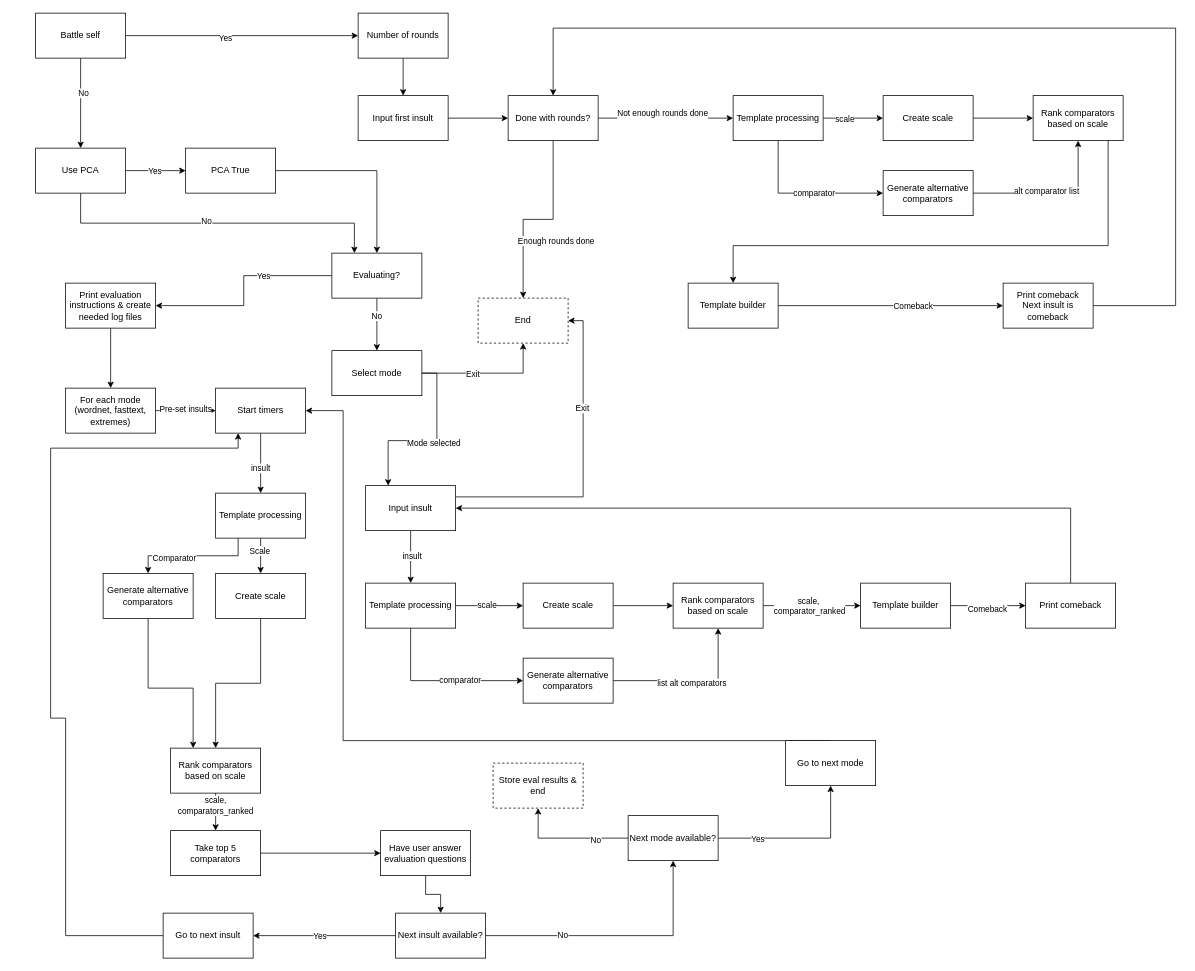
Before: Mid-levelDiagram.drawio in KionaB/insultingAPNLP, a draw.io diagram. Source tidied: cells renumbered, new cells numbered last; positions are measured from the earlier drawing's top-left corner, leaving out a move shared by most shapes. Both pictures are drawn from the tidied source at 75%, with x=0, y=0 at pixel (35, 13).
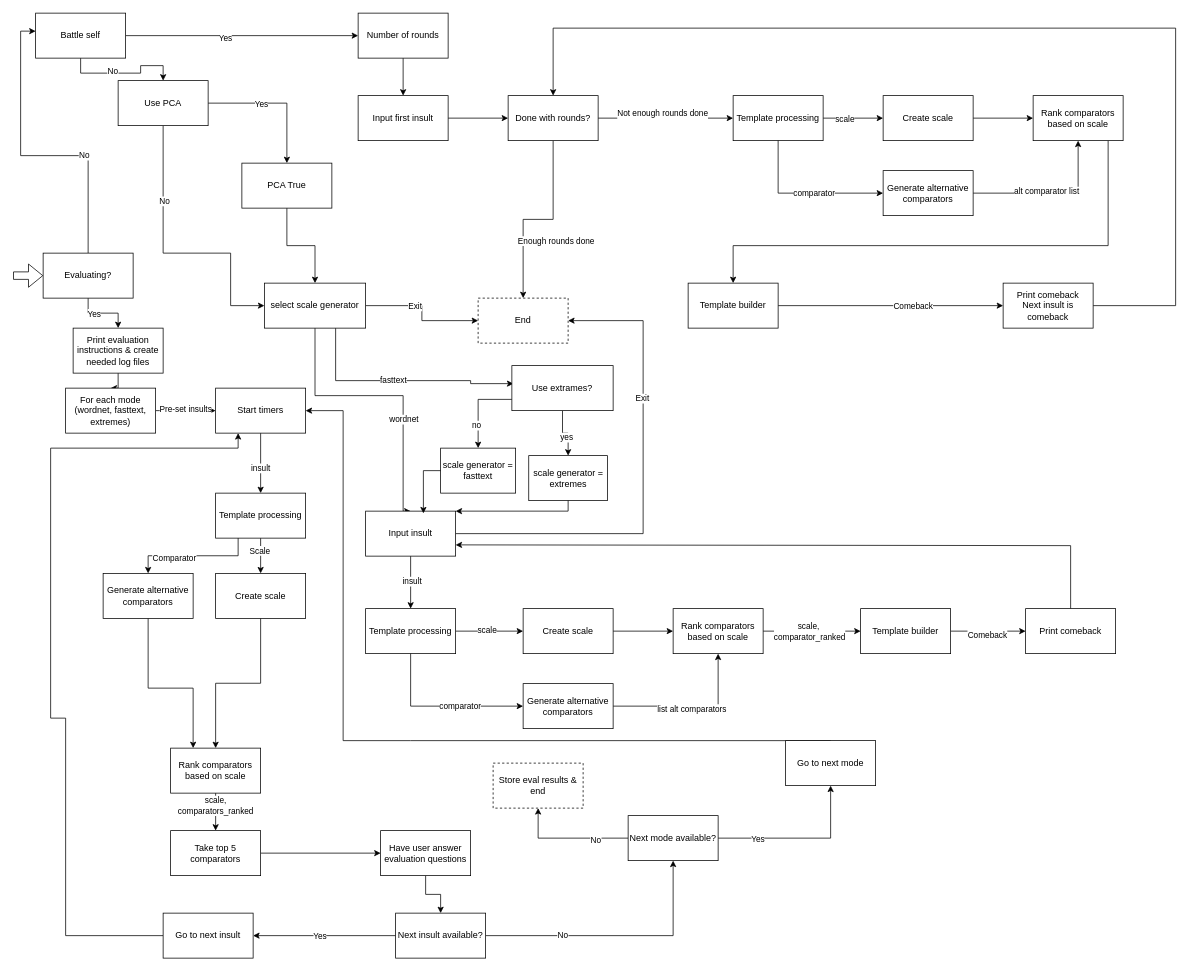
Above is the later version.

Unchanged cells that the change refers to:
```xml
<mxCell id="6" value="Battle self" style="rounded=0;whiteSpace=wrap;html=1;" parent="1" vertex="1">
  <mxGeometry width="120" height="60" as="geometry" />
</mxCell>
<mxCell id="7" style="edgeStyle=orthogonalEdgeStyle;rounded=0;jettySize=auto;html=1;" parent="1" edge="1" source="11" target="15">
  <mxGeometry relative="1" as="geometry" />
</mxCell>
<mxCell id="33" value="End" style="rounded=0;whiteSpace=wrap;html=1;dashed=1;" parent="1" vertex="1">
  <mxGeometry x="590" y="380" width="120" height="60" as="geometry" />
</mxCell>
```

What changed in the source:
```diff
@@
     <mxCell id="8" value="Yes" style="edgeLabel;html=1;align=center;verticalAlign=middle;" parent="7" vertex="1">
-      <mxGeometry x="-0.05" relative="1" as="geometry" />
+      <mxGeometry x="-0.05" relative="1" as="geometry">
+        <mxPoint x="-18" as="offset" />
+      </mxGeometry>
     </mxCell>
-    <mxCell id="9" style="edgeStyle=orthogonalEdgeStyle;rounded=0;jettySize=auto;html=1;entryX=0.25;entryY=0;entryDx=0;entryDy=0;" parent="1" edge="1" source="11" target="20">
+    <mxCell id="9" style="edgeStyle=orthogonalEdgeStyle;rounded=0;jettySize=auto;html=1;entryX=0;entryY=0.5;entryDx=0;entryDy=0;" parent="1" edge="1" source="11" target="27">
       <mxGeometry relative="1" as="geometry">
         <Array as="points">
-          <mxPoint x="60" y="280" />
-          <mxPoint x="425" y="280" />
+          <mxPoint x="170" y="320" />
+          <mxPoint x="260" y="320" />
+          <mxPoint x="260" y="390" />
         </Array>
       </mxGeometry>
     </mxCell>
     <mxCell id="10" value="No" style="edgeLabel;html=1;align=center;verticalAlign=middle;" parent="9" vertex="1">
-      <mxGeometry x="-0.07" y="4" relative="1" as="geometry" />
+      <mxGeometry x="-0.07" y="4" relative="1" as="geometry">
+        <mxPoint x="-3" y="-66" as="offset" />
+      </mxGeometry>
     </mxCell>
     <mxCell id="11" value="Use PCA" style="rounded=0;whiteSpace=wrap;html=1;" parent="1" vertex="1">
-      <mxGeometry y="180" width="120" height="60" as="geometry" />
+      <mxGeometry x="110" y="90" width="120" height="60" as="geometry" />
     </mxCell>
@@
-    <mxCell id="14" style="edgeStyle=orthogonalEdgeStyle;rounded=0;jettySize=auto;html=1;" parent="1" edge="1" source="15" target="20">
+    <mxCell id="14" style="edgeStyle=orthogonalEdgeStyle;rounded=0;jettySize=auto;html=1;entryX=0.5;entryY=0;entryDx=0;entryDy=0;" parent="1" edge="1" source="15" target="27">
       <mxGeometry relative="1" as="geometry" />
     </mxCell>
     <mxCell id="15" value="PCA True" style="rounded=0;whiteSpace=wrap;html=1;" parent="1" vertex="1">
-      <mxGeometry x="200" y="180" width="120" height="60" as="geometry" />
+      <mxGeometry x="275" y="200" width="120" height="60" as="geometry" />
     </mxCell>
@@
-    <mxCell id="18" style="edgeStyle=orthogonalEdgeStyle;rounded=0;jettySize=auto;html=1;" parent="1" edge="1" source="20" target="27">
+    <mxCell id="18" style="edgeStyle=orthogonalEdgeStyle;rounded=0;jettySize=auto;html=1;entryX=0;entryY=0.4;entryDx=0;entryDy=0;entryPerimeter=0;" parent="1" edge="1" source="20" target="6">
       <mxGeometry relative="1" as="geometry" />
     </mxCell>
@@
     <mxCell id="20" value="Evaluating?" style="rounded=0;whiteSpace=wrap;html=1;" parent="1" vertex="1">
-      <mxGeometry x="395" y="320" width="120" height="60" as="geometry" />
+      <mxGeometry x="10" y="320" width="120" height="60" as="geometry" />
     </mxCell>
@@
     <mxCell id="22" value="Print evaluation instructions &amp;amp; create needed log files" style="rounded=0;whiteSpace=wrap;html=1;" parent="1" vertex="1">
-      <mxGeometry x="40" y="360" width="120" height="60" as="geometry" />
+      <mxGeometry x="50" y="420" width="120" height="60" as="geometry" />
     </mxCell>
@@
+    <mxCell id="113" style="edgeStyle=orthogonalEdgeStyle;rounded=0;jettySize=auto;html=1;entryX=0.015;entryY=0.4;entryDx=0;entryDy=0;entryPerimeter=0;" parent="1" edge="1" source="27" target="120">
+      <mxGeometry relative="1" as="geometry">
+        <Array as="points">
+          <mxPoint x="400" y="490" />
+          <mxPoint x="580" y="490" />
+          <mxPoint x="580" y="494" />
+        </Array>
+      </mxGeometry>
+    </mxCell>
+    <mxCell id="114" value="fasttext" style="edgeLabel;html=1;align=center;verticalAlign=middle;" parent="113" vertex="1">
+      <mxGeometry x="-0.06" y="2" relative="1" as="geometry" />
+    </mxCell>
-    <mxCell id="25" style="edgeStyle=orthogonalEdgeStyle;rounded=0;jettySize=auto;html=1;exitX=1;exitY=0.5;exitDx=0;exitDy=0;entryX=0.25;entryY=0;entryDx=0;entryDy=0;" parent="1" edge="1" source="27" target="32">
-      <mxGeometry relative="1" as="geometry" />
+    <mxCell id="25" style="edgeStyle=orthogonalEdgeStyle;rounded=0;jettySize=auto;html=1;exitX=0.5;exitY=1;exitDx=0;exitDy=0;entryX=0.5;entryY=0;entryDx=0;entryDy=0;" parent="1" edge="1" source="27" target="32">
+      <mxGeometry relative="1" as="geometry">
+        <Array as="points">
+          <mxPoint x="373" y="510" />
+          <mxPoint x="490" y="510" />
+          <mxPoint x="490" y="664" />
+        </Array>
+      </mxGeometry>
     </mxCell>
-    <mxCell id="26" value="Mode selected" style="edgeLabel;html=1;align=center;verticalAlign=middle;" parent="25" vertex="1">
-      <mxGeometry x="-0.02" y="3" relative="1" as="geometry" />
-    </mxCell>
+    <mxCell id="115" value="wordnet" style="edgeLabel;html=1;align=center;verticalAlign=middle;" parent="25" vertex="1">
+      <mxGeometry x="0.17" y="4" relative="1" as="geometry">
+        <mxPoint x="-4" y="22" as="offset" />
+      </mxGeometry>
+    </mxCell>
-    <mxCell id="27" value="Select mode" style="rounded=0;whiteSpace=wrap;html=1;" parent="1" vertex="1">
-      <mxGeometry x="395" y="450" width="120" height="60" as="geometry" />
+    <mxCell id="27" value="select scale generator" style="rounded=0;whiteSpace=wrap;html=1;" parent="1" vertex="1">
+      <mxGeometry x="305" y="360" width="135" height="60" as="geometry" />
     </mxCell>
-    <mxCell id="28" style="edgeStyle=orthogonalEdgeStyle;rounded=0;jettySize=auto;html=1;exitX=1;exitY=0.25;exitDx=0;exitDy=0;entryX=1;entryY=0.5;entryDx=0;entryDy=0;" parent="1" edge="1" source="32" target="33">
-      <mxGeometry relative="1" as="geometry" />
+    <mxCell id="28" style="edgeStyle=orthogonalEdgeStyle;rounded=0;jettySize=auto;html=1;exitX=1;exitY=0.5;exitDx=0;exitDy=0;entryX=1;entryY=0.5;entryDx=0;entryDy=0;" parent="1" edge="1" source="32" target="33">
+      <mxGeometry relative="1" as="geometry">
+        <Array as="points">
+          <mxPoint x="810" y="694" />
+          <mxPoint x="810" y="410" />
+        </Array>
+      </mxGeometry>
     </mxCell>
@@
     <mxCell id="32" value="Input insult" style="rounded=0;whiteSpace=wrap;html=1;" parent="1" vertex="1">
-      <mxGeometry x="440" y="630" width="120" height="60" as="geometry" />
+      <mxGeometry x="440" y="664" width="120" height="60" as="geometry" />
     </mxCell>
@@
-    <mxCell id="45" style="edgeStyle=orthogonalEdgeStyle;rounded=0;jettySize=auto;html=1;exitX=0.5;exitY=0;exitDx=0;exitDy=0;entryX=1;entryY=0.5;entryDx=0;entryDy=0;" parent="1" edge="1" source="46" target="32">
-      <mxGeometry relative="1" as="geometry" />
+    <mxCell id="45" style="edgeStyle=orthogonalEdgeStyle;rounded=0;jettySize=auto;html=1;exitX=0.5;exitY=0;exitDx=0;exitDy=0;entryX=1;entryY=0.75;entryDx=0;entryDy=0;" parent="1" edge="1" source="46" target="32">
+      <mxGeometry relative="1" as="geometry">
+        <Array as="points">
+          <mxPoint x="1380" y="710" />
+        </Array>
+      </mxGeometry>
     </mxCell>
     <mxCell id="46" value="Print comeback" style="rounded=0;whiteSpace=wrap;html=1;" parent="1" vertex="1">
-      <mxGeometry x="1320" y="760" width="120" height="60" as="geometry" />
+      <mxGeometry x="1320" y="794" width="120" height="60" as="geometry" />
     </mxCell>
@@
     <mxCell id="86" value="Template processing" style="rounded=0;whiteSpace=wrap;html=1;" parent="1" vertex="1">
-      <mxGeometry x="440" y="760" width="120" height="60" as="geometry" />
+      <mxGeometry x="440" y="794" width="120" height="60" as="geometry" />
     </mxCell>
@@
     <mxCell id="90" value="Create scale" style="rounded=0;whiteSpace=wrap;html=1;" parent="1" vertex="1">
-      <mxGeometry x="650" y="760" width="120" height="60" as="geometry" />
+      <mxGeometry x="650" y="794" width="120" height="60" as="geometry" />
     </mxCell>
@@
     <mxCell id="93" value="Generate alternative comparators" style="rounded=0;whiteSpace=wrap;html=1;" parent="1" vertex="1">
-      <mxGeometry x="650" y="860" width="120" height="60" as="geometry" />
+      <mxGeometry x="650" y="894" width="120" height="60" as="geometry" />
     </mxCell>
     <mxCell id="94" style="edgeStyle=orthogonalEdgeStyle;rounded=0;jettySize=auto;html=1;entryX=0;entryY=0.5;entryDx=0;entryDy=0;" parent="1" edge="1" source="96" target="111">
       <mxGeometry relative="1" as="geometry">
         <Array as="points">
-          <mxPoint x="940" y="790" />
+          <mxPoint x="940" y="824" />
         </Array>
       </mxGeometry>
     </mxCell>
@@
     <mxCell id="96" value="Rank comparators based on scale" style="rounded=0;whiteSpace=wrap;html=1;" parent="1" vertex="1">
-      <mxGeometry x="850" y="760" width="120" height="60" as="geometry" />
+      <mxGeometry x="850" y="794" width="120" height="60" as="geometry" />
     </mxCell>
@@
     <mxCell id="111" value="Template builder" style="rounded=0;whiteSpace=wrap;html=1;" parent="1" vertex="1">
-      <mxGeometry x="1100" y="760" width="120" height="60" as="geometry" />
+      <mxGeometry x="1100" y="794" width="120" height="60" as="geometry" />
     </mxCell>
@@
+    <mxCell id="116" style="edgeStyle=orthogonalEdgeStyle;rounded=0;jettySize=auto;html=1;" parent="1" edge="1" source="120" target="121">
+      <mxGeometry relative="1" as="geometry" />
+    </mxCell>
+    <mxCell id="117" value="yes" style="edgeLabel;html=1;align=center;verticalAlign=middle;" parent="116" vertex="1">
+      <mxGeometry x="0.28" y="-3" relative="1" as="geometry" />
+    </mxCell>
+    <mxCell id="118" style="edgeStyle=orthogonalEdgeStyle;rounded=0;jettySize=auto;html=1;exitX=0;exitY=0.75;exitDx=0;exitDy=0;entryX=0.5;entryY=0;entryDx=0;entryDy=0;" parent="1" edge="1" source="120" target="122">
+      <mxGeometry relative="1" as="geometry" />
+    </mxCell>
+    <mxCell id="119" value="no" style="edgeLabel;html=1;align=center;verticalAlign=middle;" parent="118" vertex="1">
+      <mxGeometry x="0.41" y="-3" relative="1" as="geometry">
+        <mxPoint y="1" as="offset" />
+      </mxGeometry>
+    </mxCell>
+    <mxCell id="120" value="Use extrames?" style="rounded=0;whiteSpace=wrap;html=1;" parent="1" vertex="1">
+      <mxGeometry x="635" y="470" width="135" height="60" as="geometry" />
+    </mxCell>
+    <mxCell id="121" value="scale generator = extremes" style="rounded=0;whiteSpace=wrap;html=1;" parent="1" vertex="1">
+      <mxGeometry x="657.5" y="590" width="105" height="60" as="geometry" />
+    </mxCell>
+    <mxCell id="122" value="scale generator = fasttext" style="rounded=0;whiteSpace=wrap;html=1;" parent="1" vertex="1">
+      <mxGeometry x="540" y="580" width="100" height="60" as="geometry" />
+    </mxCell>
+    <mxCell id="123" style="edgeStyle=orthogonalEdgeStyle;rounded=0;jettySize=auto;html=1;exitX=0.5;exitY=1;exitDx=0;exitDy=0;entryX=1;entryY=0;entryDx=0;entryDy=0;" parent="1" edge="1" source="121" target="32">
+      <mxGeometry relative="1" as="geometry">
+        <Array as="points">
+          <mxPoint x="710" y="664" />
+        </Array>
+      </mxGeometry>
+    </mxCell>
+    <mxCell id="124" style="edgeStyle=orthogonalEdgeStyle;rounded=0;jettySize=auto;html=1;exitX=0;exitY=0.5;exitDx=0;exitDy=0;entryX=0.642;entryY=0.05;entryDx=0;entryDy=0;entryPerimeter=0;" parent="1" edge="1" source="122" target="32">
+      <mxGeometry relative="1" as="geometry" />
+    </mxCell>
+    <mxCell id="125" style="endArrow=classic;html=1;rounded=0;entryX=0;entryY=0.5;entryDx=0;entryDy=0;shape=flexArrow;fillColor=light-dark(#FFFFFF,#FFFFFF);" parent="1" edge="1" target="20">
+      <mxGeometry relative="1" as="geometry">
+        <mxPoint x="-30" y="350" as="sourcePoint" />
+      </mxGeometry>
+    </mxCell>
```
